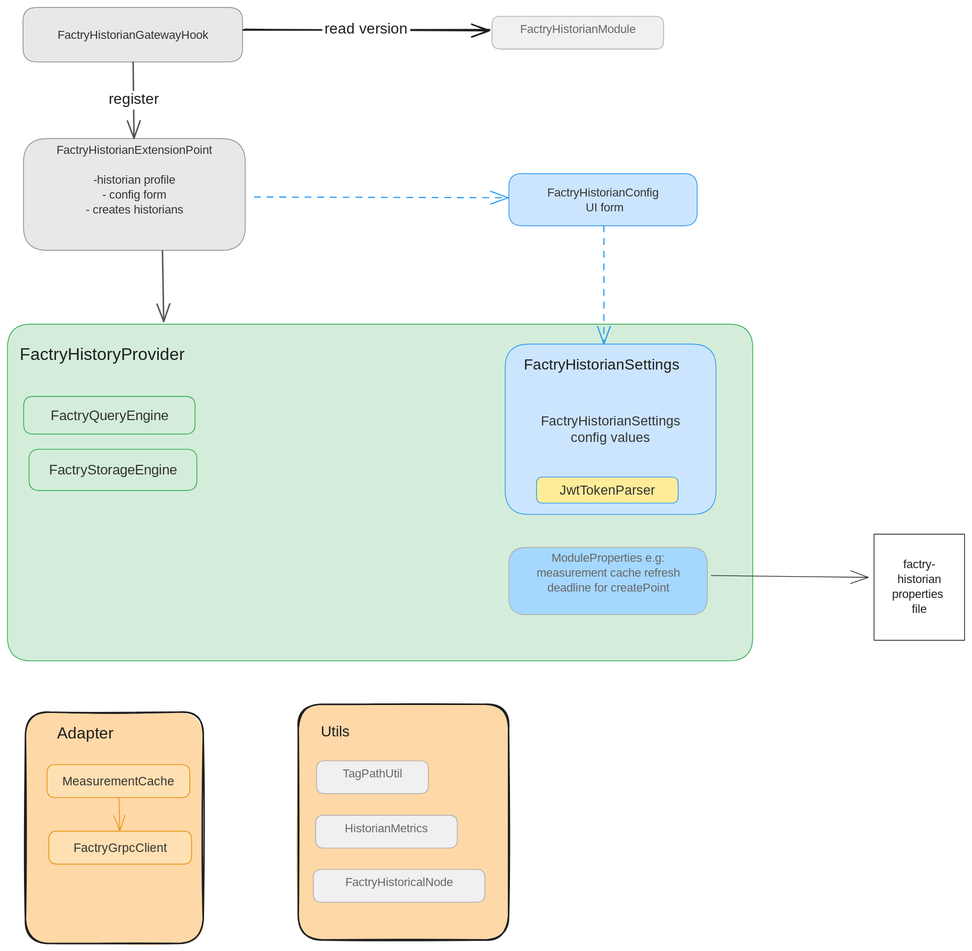
Earlier version of the Excalidraw export docs/class_diagram.excalidraw.svg (Mustry-Solutions/factry-historian-ignition-module). Source tidied: one line per element, renumbered; positions are measured from the earlier drawing's top-left corner, leaving out a move shared by most shapes.
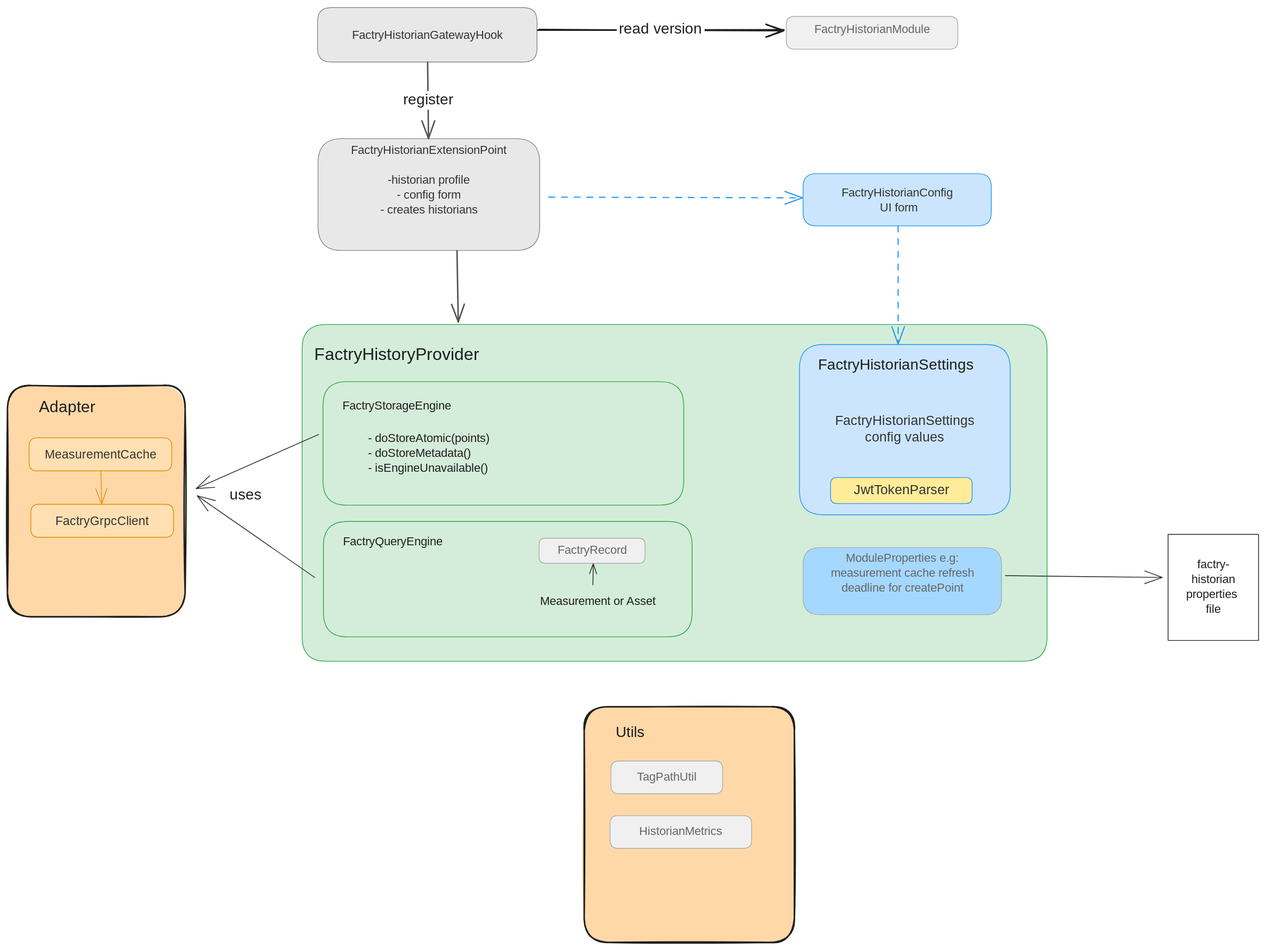
After the change.

Commit message:
rename Node to FactryRecord

The edit, as a diff of the source:
```diff
@@ -1,22 +1,20 @@
-{"id": 0, "type": "rectangle", "strokeColor": "#1e1e1e", "backgroundColor": "#ffd8a8", "fillStyle": "solid", "strokeWidth": 2, "roughness": 1, "round": true, "x": 390, "y": 935, "width": 282, "height": 316}
+{"id": 0, "type": "rectangle", "strokeColor": "#1e1e1e", "backgroundColor": "#ffd8a8", "fillStyle": "solid", "strokeWidth": 2, "roughness": 1, "round": true, "x": 378, "y": 938, "width": 282, "height": 316}
 {"id": 1, "type": "rectangle", "strokeColor": "#28a745", "backgroundColor": "#d4edda", "fillStyle": "solid", "strokeWidth": 1, "roughness": 0, "round": true, "x": 0, "y": 425, "width": 999, "height": 452}
 {"id": 2, "type": "rectangle", "strokeColor": "#888888", "backgroundColor": "#e8e8e8", "fillStyle": "solid", "strokeWidth": 1, "roughness": 0, "round": true, "x": 21, "y": 0, "width": 294, "height": 73}
 {"id": 3, "type": "text", "text": "FactryHistorianGatewayHook", "strokeColor": "#333333", "strokeWidth": 1, "roughness": 0, "fontSize": 16, "fontFamily": 3, "textAlign": "center", "verticalAlign": "middle", "inside": 2, "x": 46, "y": 27, "width": 244, "height": 20}
 {"id": 4, "type": "rectangle", "strokeColor": "#888888", "backgroundColor": "#e8e8e8", "fillStyle": "solid", "strokeWidth": 1, "roughness": 0, "round": true, "x": 22, "y": 176, "width": 297, "height": 150}
 {"id": 5, "type": "text", "text": "FactryHistorianExtensionPoint\n\n-historian profile\n- config form\n- creates historians\n\n", "strokeColor": "#333333", "strokeWidth": 1, "roughness": 0, "fontSize": 16, "fontFamily": 3, "textAlign": "center", "verticalAlign": "middle", "inside": 4, "x": 34, "y": 181, "width": 272, "height": 140}
-{"id": 6, "type": "rectangle", "strokeColor": "#1e1e1e", "backgroundColor": "#ffd8a8", "fillStyle": "solid", "strokeWidth": 2, "roughness": 1, "round": true, "x": 24, "y": 945, "width": 238, "height": 310}
+{"id": 6, "type": "rectangle", "strokeColor": "#1e1e1e", "backgroundColor": "#ffd8a8", "fillStyle": "solid", "strokeWidth": 2, "roughness": 1, "round": true, "x": -395, "y": 507, "width": 238, "height": 310}
-{"id": 7, "type": "rectangle", "strokeColor": "#e68a00", "backgroundColor": "#ffe0b2", "fillStyle": "solid", "strokeWidth": 1, "roughness": 0, "round": true, "x": 55, "y": 1105, "width": 191, "height": 44}
+{"id": 7, "type": "rectangle", "strokeColor": "#e68a00", "backgroundColor": "#ffe0b2", "fillStyle": "solid", "strokeWidth": 1, "roughness": 0, "round": true, "x": -364, "y": 666, "width": 191, "height": 44}
-{"id": 8, "type": "text", "text": "FactryGrpcClient", "strokeColor": "#333333", "strokeWidth": 1, "roughness": 0, "fontSize": 16.11, "fontFamily": 3, "textAlign": "center", "verticalAlign": "middle", "inside": 7, "x": 76, "y": 1117, "width": 151, "height": 20}
+{"id": 8, "type": "text", "text": "FactryGrpcClient", "strokeColor": "#333333", "strokeWidth": 1, "roughness": 0, "fontSize": 16.11, "fontFamily": 3, "textAlign": "center", "verticalAlign": "middle", "inside": 7, "x": -344, "y": 678, "width": 151, "height": 20}
-{"id": 9, "type": "rectangle", "strokeColor": "#e68a00", "backgroundColor": "#ffe0b2", "fillStyle": "solid", "strokeWidth": 1, "roughness": 0, "round": true, "x": 53, "y": 1016, "width": 191, "height": 44}
+{"id": 9, "type": "rectangle", "strokeColor": "#e68a00", "backgroundColor": "#ffe0b2", "fillStyle": "solid", "strokeWidth": 1, "roughness": 0, "round": true, "x": -366, "y": 577, "width": 191, "height": 44}
-{"id": 10, "type": "text", "text": "MeasurementCache", "strokeColor": "#333333", "strokeWidth": 1, "roughness": 0, "fontSize": 16.11, "fontFamily": 3, "textAlign": "center", "verticalAlign": "middle", "inside": 9, "x": 73, "y": 1028, "width": 151, "height": 20}
+{"id": 10, "type": "text", "text": "MeasurementCache", "strokeColor": "#333333", "strokeWidth": 1, "roughness": 0, "fontSize": 16.11, "fontFamily": 3, "textAlign": "center", "verticalAlign": "middle", "inside": 9, "x": -346, "y": 589, "width": 151, "height": 20}
 {"id": 11, "type": "rectangle", "strokeColor": "#2196f3", "backgroundColor": "#cce5ff", "fillStyle": "solid", "strokeWidth": 1, "roughness": 0, "round": true, "x": 672, "y": 223, "width": 252, "height": 70}
 {"id": 12, "type": "text", "text": "FactryHistorianConfig\n UI form", "strokeColor": "#333333", "strokeWidth": 1, "roughness": 0, "fontSize": 16, "fontFamily": 3, "textAlign": "center", "verticalAlign": "middle", "inside": 11, "x": 700, "y": 238, "width": 197, "height": 40}
 {"id": 13, "type": "rectangle", "strokeColor": "#aaaaaa", "backgroundColor": "#f0f0f0", "fillStyle": "solid", "strokeWidth": 1, "roughness": 0, "round": true, "x": 413, "y": 1084, "width": 190, "height": 44}
-{"id": 14, "type": "text", "text": "HistorianMetrics", "strokeColor": "#666666", "strokeWidth": 1, "roughness": 0, "fontSize": 16, "fontFamily": 3, "textAlign": "center", "verticalAlign": "middle", "inside": 13, "x": 418, "y": 1091, "width": 180, "height": 20}
+{"id": 14, "type": "text", "text": "HistorianMetrics", "strokeColor": "#666666", "strokeWidth": 1, "roughness": 0, "fontSize": 16, "fontFamily": 5, "textAlign": "center", "verticalAlign": "middle", "inside": 13, "x": 445, "y": 1096, "width": 126, "height": 20}
 {"id": 15, "type": "rectangle", "strokeColor": "#aaaaaa", "backgroundColor": "#f0f0f0", "fillStyle": "solid", "strokeWidth": 1, "roughness": 0, "round": true, "x": 414, "y": 1011, "width": 150, "height": 44}
-{"id": 16, "type": "text", "text": "TagPathUtil", "strokeColor": "#666666", "strokeWidth": 1, "roughness": 0, "fontSize": 16, "fontFamily": 3, "textAlign": "center", "verticalAlign": "middle", "inside": 15, "x": 419, "y": 1018, "width": 140, "height": 20}
+{"id": 16, "type": "text", "text": "TagPathUtil", "strokeColor": "#666666", "strokeWidth": 1, "roughness": 0, "fontSize": 16, "fontFamily": 5, "textAlign": "center", "verticalAlign": "middle", "inside": 15, "x": 441, "y": 1023, "width": 96, "height": 20}
-{"id": 17, "type": "rectangle", "strokeColor": "#aaaaaa", "backgroundColor": "#f0f0f0", "fillStyle": "solid", "strokeWidth": 1, "roughness": 0, "round": true, "x": 410, "y": 1156, "width": 230, "height": 44}
-{"id": 18, "type": "text", "text": "FactryHistoricalNode", "strokeColor": "#666666", "strokeWidth": 1, "roughness": 0, "fontSize": 16, "fontFamily": 3, "textAlign": "center", "verticalAlign": "middle", "inside": 17, "x": 415, "y": 1163, "width": 220, "height": 20}
 {"id": 19, "type": "rectangle", "strokeColor": "#aaaaaa", "backgroundColor": "#a5d8ff", "fillStyle": "solid", "strokeWidth": 1, "roughness": 0, "round": true, "x": 672, "y": 724, "width": 266, "height": 90}
 {"id": 20, "type": "text", "text": "ModuleProperties e.g:\nmeasurement cache refresh\ndeadline for createPoint\n", "strokeColor": "#666666", "strokeWidth": 1, "roughness": 0, "fontSize": 16, "fontFamily": 5, "textAlign": "center", "verticalAlign": "middle", "inside": 19, "x": 701, "y": 729, "width": 208, "height": 80}
 {"id": 21, "type": "rectangle", "strokeColor": "#aaaaaa", "backgroundColor": "#f0f0f0", "fillStyle": "solid", "strokeWidth": 1, "roughness": 0, "round": true, "x": 650, "y": 12, "width": 230, "height": 44}
@@ -26,21 +24,29 @@
 {"id": 25, "type": "arrow", "strokeColor": "#555555", "strokeWidth": 2, "roughness": 0, "endArrowhead": "arrow", "round": true, "from": 4, "to": 1, "x": 208, "y": 326, "width": 2, "height": 95, "points": [[0, 0], [2, 95]]}
 {"id": 26, "type": "arrow", "strokeColor": "#2196f3", "strokeWidth": 1, "strokeStyle": "dashed", "roughness": 0, "endArrowhead": "arrow", "round": true, "from": 4, "to": 11, "x": 331, "y": 254, "width": 340, "height": 1, "points": [[0, 0], [340, 1]]}
 {"id": 27, "type": "arrow", "strokeColor": "#2196f3", "strokeWidth": 1, "strokeStyle": "dashed", "roughness": 0, "endArrowhead": "arrow", "round": true, "from": 11, "to": 37, "x": 799, "y": 293, "width": 0, "height": 158, "points": [[0, 0], [0, 158]]}
-{"id": 28, "type": "arrow", "strokeColor": "#e68a00", "strokeWidth": 1, "roughness": 0, "endArrowhead": "arrow", "round": true, "from": 9, "to": 7, "x": 149, "y": 1060, "width": 1, "height": 44, "points": [[0, 0], [1, 44]]}
+{"id": 28, "type": "arrow", "strokeColor": "#e68a00", "strokeWidth": 1, "roughness": 0, "endArrowhead": "arrow", "round": true, "from": 9, "to": 7, "x": -270, "y": 622, "width": 1, "height": 44, "points": [[0, 0], [1, 44]]}
 {"id": 29, "type": "arrow", "strokeColor": "#1e1e1e", "strokeWidth": 2, "roughness": 1, "endArrowhead": "arrow", "round": true, "from": 2, "to": 21, "x": 316, "y": 30, "width": 330, "height": 0, "points": [[0, 0], [330, 0]]}
 {"id": 30, "type": "text", "text": "read version", "strokeColor": "#1e1e1e", "strokeWidth": 2, "roughness": 1, "fontSize": 20, "fontFamily": 5, "textAlign": "center", "verticalAlign": "middle", "inside": 29, "x": 351, "y": 14, "width": 118, "height": 25}
-{"id": 31, "type": "rectangle", "strokeColor": "#28a745", "backgroundColor": "#d4edda", "fillStyle": "solid", "strokeWidth": 1, "roughness": 0, "round": true, "x": 22, "y": 522, "width": 230, "height": 51}
+{"id": 31, "type": "rectangle", "strokeColor": "#28a745", "backgroundColor": "#d4edda", "fillStyle": "solid", "strokeWidth": 1, "roughness": 0, "round": true, "x": 29, "y": 689, "width": 494, "height": 155}
-{"id": 32, "type": "text", "text": "FactryQueryEngine", "strokeColor": "#333333", "strokeWidth": 1, "roughness": 0, "fontSize": 18.38, "fontFamily": 3, "textAlign": "center", "verticalAlign": "middle", "inside": 31, "x": 45, "y": 536, "width": 183, "height": 23}
-{"id": 33, "type": "rectangle", "strokeColor": "#28a745", "backgroundColor": "#d4edda", "fillStyle": "solid", "strokeWidth": 1, "roughness": 0, "round": true, "x": 29, "y": 593, "width": 225, "height": 55}
+{"id": 33, "type": "rectangle", "strokeColor": "#28a745", "backgroundColor": "#d4edda", "fillStyle": "solid", "strokeWidth": 1, "roughness": 0, "round": true, "x": 28, "y": 502, "width": 484, "height": 166}
-{"id": 34, "type": "text", "text": "FactryStorageEngine", "strokeColor": "#333333", "strokeWidth": 1, "roughness": 0, "fontSize": 18.38, "fontFamily": 3, "textAlign": "center", "verticalAlign": "middle", "inside": 33, "x": 39, "y": 609, "width": 205, "height": 23}
 {"id": 35, "type": "text", "text": "FactryHistoryProvider", "strokeColor": "#1e1e1e", "backgroundColor": "#ffec99", "fillStyle": "solid", "strokeWidth": 2, "roughness": 1, "fontSize": 22.98, "fontFamily": 5, "x": 16, "y": 453, "width": 245, "height": 29}
-{"id": 36, "type": "text", "text": "Adapter", "strokeColor": "#1e1e1e", "backgroundColor": "#ffd8a8", "fillStyle": "solid", "strokeWidth": 2, "roughness": 1, "fontSize": 21.54, "fontFamily": 5, "x": 66, "y": 962, "width": 84, "height": 27}
+{"id": 36, "type": "text", "text": "Adapter", "strokeColor": "#1e1e1e", "backgroundColor": "#ffd8a8", "fillStyle": "solid", "strokeWidth": 2, "roughness": 1, "fontSize": 21.54, "fontFamily": 5, "x": -353, "y": 523, "width": 84, "height": 27}
 {"id": 37, "type": "rectangle", "strokeColor": "#2196f3", "backgroundColor": "#cce5ff", "fillStyle": "solid", "strokeWidth": 1, "roughness": 0, "round": true, "x": 667, "y": 452, "width": 283, "height": 228}
-{"id": 38, "type": "text", "text": "FactryHistorianSettings\nconfig values", "strokeColor": "#333333", "strokeWidth": 1, "roughness": 0, "fontSize": 17.82, "fontFamily": 3, "textAlign": "center", "verticalAlign": "middle", "inside": 37, "x": 688, "y": 544, "width": 240, "height": 45}
+{"id": 38, "type": "text", "text": "FactryHistorianSettings\nconfig values", "strokeColor": "#333333", "strokeWidth": 1, "roughness": 0, "fontSize": 17.82, "fontFamily": 5, "textAlign": "center", "verticalAlign": "middle", "inside": 37, "x": 705, "y": 544, "width": 207, "height": 45}
 {"id": 39, "type": "rectangle", "strokeColor": "#2196f3", "backgroundColor": "#ffec99", "fillStyle": "solid", "strokeWidth": 1, "roughness": 0, "round": true, "x": 709, "y": 630, "width": 190, "height": 35}
-{"id": 40, "type": "text", "text": "JwtTokenParser", "strokeColor": "#333333", "strokeWidth": 1, "roughness": 0, "fontSize": 17.82, "fontFamily": 3, "textAlign": "center", "verticalAlign": "middle", "inside": 39, "x": 731, "y": 636, "width": 146, "height": 22}
+{"id": 40, "type": "text", "text": "JwtTokenParser", "strokeColor": "#333333", "strokeWidth": 1, "roughness": 0, "fontSize": 17.82, "fontFamily": 5, "textAlign": "center", "verticalAlign": "middle", "inside": 39, "x": 733, "y": 637, "width": 142, "height": 22}
 {"id": 41, "type": "text", "text": "FactryHistorianSettings", "strokeColor": "#1e1e1e", "backgroundColor": "#ffd8a8", "fillStyle": "solid", "strokeWidth": 2, "roughness": 1, "fontSize": 20, "fontFamily": 5, "x": 692, "y": 468, "width": 232, "height": 25}
 {"id": 42, "type": "text", "text": "Utils", "strokeColor": "#1e1e1e", "backgroundColor": "#ffd8a8", "fillStyle": "solid", "strokeWidth": 2, "roughness": 1, "fontSize": 20, "fontFamily": 5, "x": 420, "y": 961, "width": 46, "height": 25}
 {"id": 43, "type": "rectangle", "strokeColor": "#1e1e1e", "backgroundColor": "#ffffff", "fillStyle": "solid", "strokeWidth": 1, "roughness": 0, "x": 1162, "y": 707, "width": 121, "height": 142}
 {"id": 44, "type": "text", "text": "factry-\nhistorian\nproperties \nfile", "strokeColor": "#1e1e1e", "backgroundColor": "#ffffff", "fillStyle": "solid", "strokeWidth": 1, "roughness": 0, "fontSize": 16, "fontFamily": 5, "textAlign": "center", "verticalAlign": "middle", "inside": 43, "x": 1180, "y": 738, "width": 85, "height": 80}
 {"id": 45, "type": "arrow", "strokeColor": "#1e1e1e", "backgroundColor": "#ffffff", "fillStyle": "solid", "strokeWidth": 1, "roughness": 0, "endArrowhead": "arrow", "round": true, "from": 19, "to": 43, "x": 943, "y": 762, "width": 210, "height": 2, "points": [[0, 0], [210, 2]]}
+{"id": 46, "type": "text", "text": "Measurement or Asset", "strokeColor": "#1e1e1e", "backgroundColor": "#ffffff", "fillStyle": "solid", "strokeWidth": 1, "roughness": 0, "fontSize": 16, "fontFamily": 5, "x": 319, "y": 787, "width": 173, "height": 20}
+{"id": 47, "type": "arrow", "strokeColor": "#1e1e1e", "backgroundColor": "#ffffff", "fillStyle": "solid", "strokeWidth": 1, "roughness": 0, "endArrowhead": "arrow", "round": true, "from": 46, "to": 17, "x": 390, "y": 774, "width": 0, "height": 28, "points": [[0, 0], [0, -28]]}
+{"id": 17, "type": "rectangle", "strokeColor": "#aaaaaa", "backgroundColor": "#f0f0f0", "fillStyle": "solid", "strokeWidth": 1, "roughness": 0, "round": true, "x": 318, "y": 712, "width": 142, "height": 34}
+{"id": 18, "type": "text", "text": "FactryRecord", "strokeColor": "#666666", "strokeWidth": 1, "roughness": 0, "fontSize": 16, "fontFamily": 5, "textAlign": "center", "verticalAlign": "middle", "inside": 17, "x": 336, "y": 719, "width": 105, "height": 20}
+{"id": 32, "type": "text", "text": "FactryQueryEngine", "strokeColor": "#1e1e1e", "backgroundColor": "#ffffff", "fillStyle": "solid", "strokeWidth": 1, "roughness": 0, "fontSize": 16, "fontFamily": 5, "x": 55, "y": 707, "width": 145, "height": 20}
+{"id": 34, "type": "text", "text": "FactryStorageEngine", "strokeColor": "#1e1e1e", "backgroundColor": "#ffffff", "fillStyle": "solid", "strokeWidth": 1, "roughness": 0, "fontSize": 16, "fontFamily": 5, "x": 54, "y": 525, "width": 162, "height": 20}
+{"id": 48, "type": "arrow", "strokeColor": "#1e1e1e", "backgroundColor": "#ffffff", "fillStyle": "solid", "strokeWidth": 1, "roughness": 0, "endArrowhead": "arrow", "round": true, "from": 33, "to": 6, "x": 22, "y": 573, "width": 164, "height": 73, "points": [[0, 0], [-164, 73]]}
+{"id": 49, "type": "arrow", "strokeColor": "#1e1e1e", "backgroundColor": "#ffffff", "fillStyle": "solid", "strokeWidth": 1, "roughness": 0, "endArrowhead": "arrow", "round": true, "from": 31, "to": 6, "x": 17, "y": 764, "width": 157, "height": 109, "points": [[0, 0], [-157, -109]]}
+{"id": 50, "type": "text", "text": "uses", "strokeColor": "#1e1e1e", "backgroundColor": "#ffffff", "fillStyle": "solid", "strokeWidth": 1, "roughness": 0, "fontSize": 20, "fontFamily": 5, "x": -98, "y": 642, "width": 43, "height": 25}
+{"id": 51, "type": "text", "text": "- doStoreAtomic(points)\n- doStoreMetadata()\n- isEngineUnavailable()", "strokeColor": "#1e1e1e", "backgroundColor": "#ffffff", "fillStyle": "solid", "strokeWidth": 1, "roughness": 0, "fontSize": 16, "fontFamily": 5, "x": 88, "y": 568, "width": 189, "height": 60}
```
